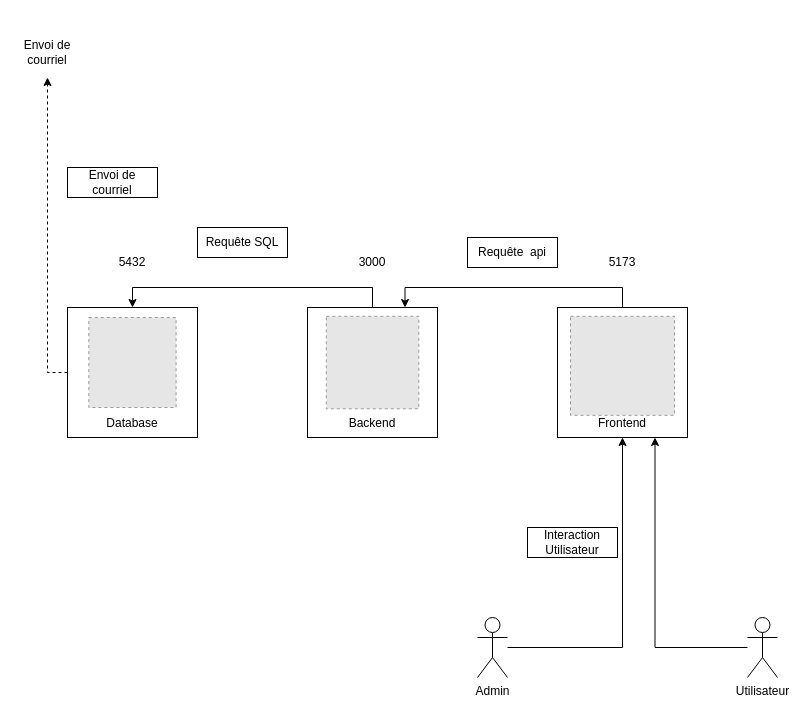
Lacolombenoire/softghost keeps this draw.io diagram as page "Processus" (3 of 5) of Documentation/UML diagramme softghost.drawio. Above is the earlier version. Source tidied: cells renumbered, new cells numbered last; positions are measured from the earlier drawing's top-left corner, leaving out a move shared by most shapes. Both pictures are drawn from the tidied source at 100%, with x=0, y=0 at pixel (17, 37). Pictures stored in the file or linked from it are replaced by grey dashed boxes.
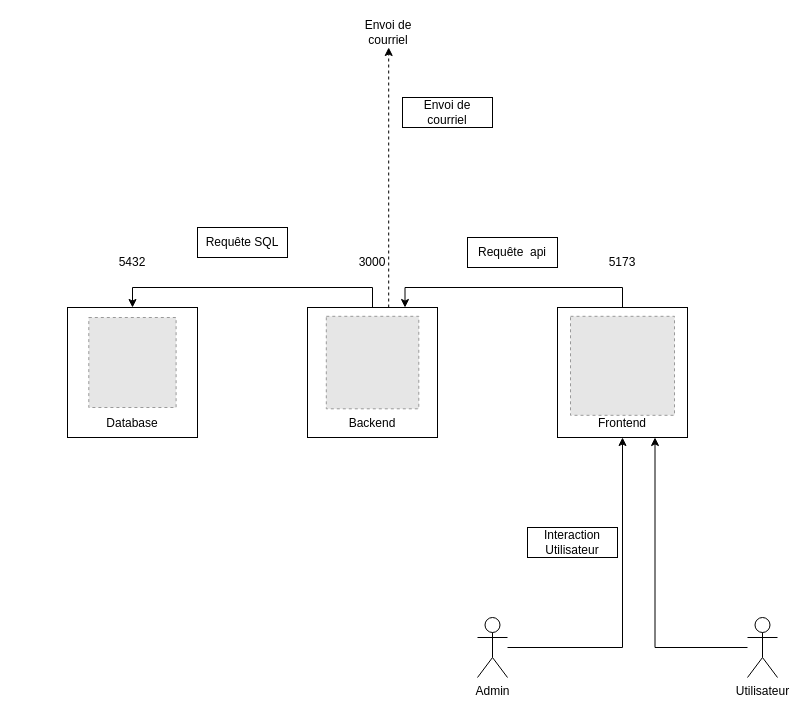
The same diagram, later.

Unchanged cells that the change refers to:
```xml
<mxCell id="3" value="&lt;div&gt;&lt;br&gt;&lt;/div&gt;&lt;div&gt;&lt;br&gt;&lt;/div&gt;&lt;div&gt;&lt;br&gt;&lt;/div&gt;&lt;div&gt;&lt;br&gt;&lt;/div&gt;&lt;div&gt;&lt;br&gt;&lt;/div&gt;&lt;div&gt;&lt;br&gt;&lt;/div&gt;&lt;div&gt;&lt;br&gt;&lt;/div&gt;&lt;div&gt;Database&lt;/div&gt;" style="rounded=0;whiteSpace=wrap;html=1;" parent="1" vertex="1">
  <mxGeometry x="50" y="270" width="130" height="130" as="geometry" />
</mxCell>
<mxCell id="5" value="&lt;div&gt;&lt;br&gt;&lt;/div&gt;&lt;div&gt;&lt;br&gt;&lt;/div&gt;&lt;div&gt;&lt;br&gt;&lt;/div&gt;&lt;div&gt;&lt;br&gt;&lt;/div&gt;&lt;div&gt;&lt;br&gt;&lt;/div&gt;&lt;div&gt;&lt;br&gt;&lt;/div&gt;&lt;div&gt;&lt;br&gt;&lt;/div&gt;&lt;div&gt;Backend&lt;/div&gt;" style="rounded=0;whiteSpace=wrap;html=1;" parent="1" vertex="1">
  <mxGeometry x="290" y="270" width="130" height="130" as="geometry" />
</mxCell>
```

Diff of the diagram source:
```diff
@@
-    <mxCell id="2" style="edgeStyle=orthogonalEdgeStyle;rounded=0;jettySize=auto;html=1;dashed=1;" parent="1" edge="1" source="3">
-      <mxGeometry relative="1" as="geometry">
-        <mxPoint x="30" y="40" as="targetPoint" />
-      </mxGeometry>
-    </mxCell>
@@
+    <mxCell id="23" style="edgeStyle=orthogonalEdgeStyle;rounded=0;jettySize=auto;html=1;entryX=0.5;entryY=1;entryDx=0;entryDy=0;dashed=1;" parent="1" edge="1" source="5" target="18">
+      <mxGeometry relative="1" as="geometry">
+        <Array as="points">
+          <mxPoint x="371" y="140" />
+        </Array>
+      </mxGeometry>
+    </mxCell>
@@
     <mxCell id="18" value="Envoi de courriel" style="text;html=1;whiteSpace=wrap;strokeColor=none;fillColor=none;align=center;verticalAlign=middle;rounded=0;" parent="1" vertex="1">
-      <mxGeometry width="60" height="30" as="geometry" />
+      <mxGeometry x="341.2" y="-20" width="60" height="30" as="geometry" />
     </mxCell>
@@
     <mxCell id="22" value="Envoi de courriel" style="rounded=0;whiteSpace=wrap;html=1;" parent="1" vertex="1">
-      <mxGeometry x="50" y="130" width="90" height="30" as="geometry" />
+      <mxGeometry x="385" y="60" width="90" height="30" as="geometry" />
     </mxCell>
```
